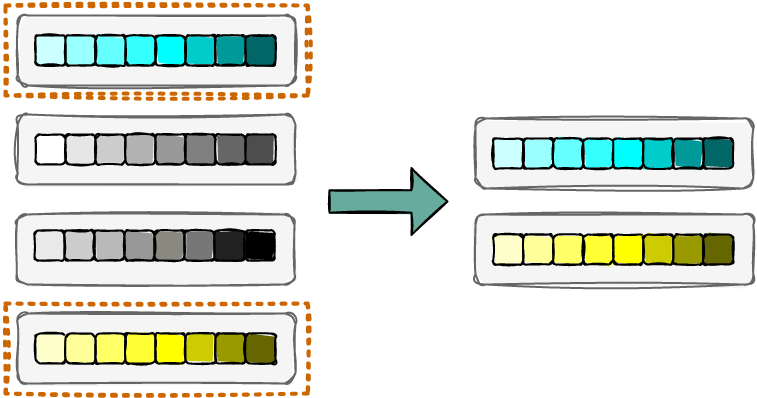
This is docs/images/selection.png from Helmholtz-AI-Energy/propulate, a draw.io export, as it was before one commit. Source tidied: cells renumbered, new cells last; positions are measured from the earlier drawing's top-left corner, leaving out a move shared by most shapes.
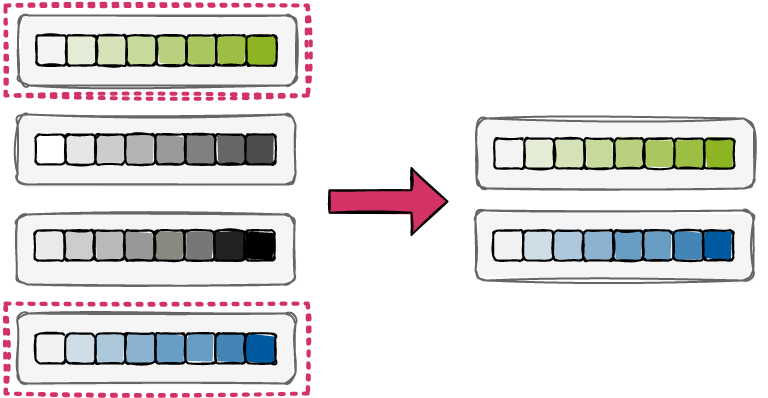
Later version of the same file.

What changed in the source:
```diff
@@ -5,37 +5,37 @@
     <mxCell id="2" style="group;" parent="1" vertex="1">
       <mxGeometry x="12.2" y="10" width="290" height="80" as="geometry" />
     </mxCell>
-    <mxCell id="3" style="rounded=0;whiteSpace=wrap;html=1;strokeColor=#CC6600;fillColor=none;sketch=1;curveFitting=1;jiggle=2;strokeWidth=4;dashed=1;dashPattern=1 2;" parent="2" vertex="1">
+    <mxCell id="3" style="rounded=0;whiteSpace=wrap;html=1;strokeColor=#D23264;fillColor=none;sketch=1;curveFitting=1;jiggle=2;strokeWidth=4;dashed=1;dashPattern=1 2;" parent="2" vertex="1">
       <mxGeometry x="-12.2" y="-10" width="302.2" height="90" as="geometry" />
     </mxCell>
-    <mxCell id="4" style="group;" parent="2" vertex="1">
-      <mxGeometry width="277.8" height="70" as="geometry" />
+    <mxCell id="4" style="group;opacity=80;" parent="2" vertex="1">
+      <mxGeometry x="1" width="277.8" height="70" as="geometry" />
     </mxCell>
     <mxCell id="5" style="rounded=1;whiteSpace=wrap;html=1;fillColor=#f5f5f5;fontColor=#333333;strokeColor=#666666;sketch=1;curveFitting=1;jiggle=2;fillStyle=solid;fontSize=18;strokeWidth=2;" parent="4" vertex="1">
       <mxGeometry width="277.8" height="70" as="geometry" />
     </mxCell>
-    <mxCell id="6" style="whiteSpace=wrap;html=1;rounded=1;labelBackgroundColor=none;sketch=1;fillStyle=solid;strokeWidth=2;fontSize=18;fontColor=#FFFFFF;fillColor=#CCFFFF;" parent="4" vertex="1">
+    <mxCell id="6" style="whiteSpace=wrap;html=1;rounded=1;labelBackgroundColor=none;sketch=1;fillStyle=solid;strokeWidth=2;fontSize=18;fontColor=#FFFFFF;fillColor=#f4f3f2;" parent="4" vertex="1">
       <mxGeometry x="17.8" y="20" width="30" height="30" as="geometry" />
     </mxCell>
-    <mxCell id="7" style="whiteSpace=wrap;html=1;rounded=1;labelBackgroundColor=none;sketch=1;fillStyle=solid;strokeWidth=2;fontSize=18;fontColor=#FFFFFF;fillColor=#99FFFF;" parent="4" vertex="1">
+    <mxCell id="7" style="whiteSpace=wrap;html=1;rounded=1;labelBackgroundColor=none;sketch=1;fillStyle=solid;strokeWidth=2;fontSize=18;fontColor=#FFFFFF;fillColor=#e5ecd6;" parent="4" vertex="1">
       <mxGeometry x="47.8" y="20" width="30" height="30" as="geometry" />
     </mxCell>
-    <mxCell id="8" style="whiteSpace=wrap;html=1;rounded=1;labelBackgroundColor=none;sketch=1;fillStyle=solid;strokeWidth=2;fontSize=18;fontColor=#FFFFFF;fillColor=#66FFFF;" parent="4" vertex="1">
+    <mxCell id="8" style="whiteSpace=wrap;html=1;rounded=1;labelBackgroundColor=none;sketch=1;fillStyle=solid;strokeWidth=2;fontSize=18;fontColor=#FFFFFF;fillColor=#d6e2b8;" parent="4" vertex="1">
       <mxGeometry x="77.8" y="20" width="30" height="30" as="geometry" />
     </mxCell>
-    <mxCell id="9" style="whiteSpace=wrap;html=1;rounded=1;labelBackgroundColor=none;sketch=1;fillStyle=solid;strokeWidth=2;fontSize=18;fontColor=#FFFFFF;fillColor=#33FFFF;" parent="4" vertex="1">
+    <mxCell id="9" style="whiteSpace=wrap;html=1;rounded=1;labelBackgroundColor=none;sketch=1;fillStyle=solid;strokeWidth=2;fontSize=18;fontColor=#FFFFFF;fillColor=#c7da9b;" parent="4" vertex="1">
       <mxGeometry x="107.8" y="20" width="30" height="30" as="geometry" />
     </mxCell>
-    <mxCell id="10" style="whiteSpace=wrap;html=1;rounded=1;labelBackgroundColor=none;sketch=1;fillStyle=solid;strokeWidth=2;fontSize=18;fontColor=#FFFFFF;fillColor=#00FFFF;" parent="4" vertex="1">
+    <mxCell id="10" style="whiteSpace=wrap;html=1;rounded=1;labelBackgroundColor=none;sketch=1;fillStyle=solid;strokeWidth=2;fontSize=18;fontColor=#FFFFFF;fillColor=#b9d07e;" parent="4" vertex="1">
       <mxGeometry x="137.8" y="20" width="30" height="30" as="geometry" />
     </mxCell>
-    <mxCell id="11" style="whiteSpace=wrap;html=1;rounded=1;labelBackgroundColor=none;sketch=1;fillStyle=solid;strokeWidth=2;fontSize=18;fontColor=#FFFFFF;fillColor=#00CCCC;" parent="4" vertex="1">
+    <mxCell id="11" style="whiteSpace=wrap;html=1;rounded=1;labelBackgroundColor=none;sketch=1;fillStyle=solid;strokeWidth=2;fontSize=18;fontColor=#FFFFFF;fillColor=#a9c65f;" parent="4" vertex="1">
       <mxGeometry x="167.8" y="20" width="30" height="30" as="geometry" />
     </mxCell>
-    <mxCell id="12" style="whiteSpace=wrap;html=1;rounded=1;labelBackgroundColor=none;sketch=1;fillStyle=solid;strokeWidth=2;fontSize=18;fontColor=#FFFFFF;fillColor=#009999;" parent="4" vertex="1">
+    <mxCell id="12" style="whiteSpace=wrap;html=1;rounded=1;labelBackgroundColor=none;sketch=1;fillStyle=solid;strokeWidth=2;fontSize=18;fontColor=#FFFFFF;fillColor=#9bbe43;" parent="4" vertex="1">
       <mxGeometry x="197.8" y="20" width="30" height="30" as="geometry" />
     </mxCell>
-    <mxCell id="13" style="whiteSpace=wrap;html=1;rounded=1;labelBackgroundColor=none;sketch=1;fillStyle=solid;strokeWidth=2;fontSize=18;fontColor=#FFFFFF;fillColor=#006666;" parent="4" vertex="1">
+    <mxCell id="13" style="whiteSpace=wrap;html=1;rounded=1;labelBackgroundColor=none;sketch=1;fillStyle=solid;strokeWidth=2;fontSize=18;fontColor=#FFFFFF;fillColor=#8CB423;" parent="4" vertex="1">
       <mxGeometry x="227.8" y="20" width="30" height="30" as="geometry" />
     </mxCell>
     <mxCell id="14" style="group;" parent="1" vertex="1">
@@ -101,7 +101,7 @@
     <mxCell id="34" style="group;" parent="1" vertex="1">
       <mxGeometry y="298" width="302.2" height="90" as="geometry" />
     </mxCell>
-    <mxCell id="35" style="rounded=0;whiteSpace=wrap;html=1;strokeColor=#CC6600;fillColor=none;sketch=1;curveFitting=1;jiggle=2;strokeWidth=4;dashed=1;dashPattern=1 2;" parent="34" vertex="1">
+    <mxCell id="35" style="rounded=0;whiteSpace=wrap;html=1;strokeColor=#D23264;fillColor=none;sketch=1;curveFitting=1;jiggle=2;strokeWidth=4;dashed=1;dashPattern=1 2;" parent="34" vertex="1">
       <mxGeometry width="302.2" height="90" as="geometry" />
     </mxCell>
     <mxCell id="36" style="group;" parent="34" vertex="1">
@@ -110,95 +110,101 @@
     <mxCell id="37" style="rounded=1;whiteSpace=wrap;html=1;fillColor=#f5f5f5;fontColor=#333333;strokeColor=#666666;sketch=1;curveFitting=1;jiggle=2;fillStyle=solid;fontSize=18;strokeWidth=2;" parent="36" vertex="1">
       <mxGeometry width="277.8" height="70" as="geometry" />
     </mxCell>
-    <mxCell id="38" style="whiteSpace=wrap;html=1;rounded=1;labelBackgroundColor=none;sketch=1;fillStyle=solid;strokeWidth=2;fontSize=18;fontColor=#FFFFFF;fillColor=#FFFFCC;" parent="36" vertex="1">
+    <mxCell id="38" style="whiteSpace=wrap;html=1;rounded=1;labelBackgroundColor=none;sketch=1;fillStyle=solid;strokeWidth=2;fontSize=18;fontColor=#FFFFFF;fillColor=#f1f3f3;" parent="36" vertex="1">
       <mxGeometry x="17.8" y="20" width="30" height="30" as="geometry" />
     </mxCell>
-    <mxCell id="39" style="whiteSpace=wrap;html=1;rounded=1;labelBackgroundColor=none;sketch=1;fillStyle=solid;strokeWidth=2;fontSize=18;fontColor=#FFFFFF;fillColor=#FFFF99;" parent="36" vertex="1">
+    <mxCell id="39" style="whiteSpace=wrap;html=1;rounded=1;labelBackgroundColor=none;sketch=1;fillStyle=solid;strokeWidth=2;fontSize=18;fontColor=#FFFFFF;fillColor=#cfdde7;" parent="36" vertex="1">
       <mxGeometry x="47.8" y="20" width="30" height="30" as="geometry" />
     </mxCell>
-    <mxCell id="40" style="whiteSpace=wrap;html=1;rounded=1;labelBackgroundColor=none;sketch=1;fillStyle=solid;strokeWidth=2;fontSize=18;fontColor=#FFFFFF;fillColor=#FFFF66;" parent="36" vertex="1">
+    <mxCell id="40" style="whiteSpace=wrap;html=1;rounded=1;labelBackgroundColor=none;sketch=1;fillStyle=solid;strokeWidth=2;fontSize=18;fontColor=#FFFFFF;fillColor=#adc8db;" parent="36" vertex="1">
       <mxGeometry x="77.8" y="20" width="30" height="30" as="geometry" />
     </mxCell>
-    <mxCell id="41" style="whiteSpace=wrap;html=1;rounded=1;labelBackgroundColor=none;sketch=1;fillStyle=solid;strokeWidth=2;fontSize=18;fontColor=#FFFFFF;fillColor=#FFFF33;" parent="36" vertex="1">
+    <mxCell id="41" value="&lt;p style=&quot;line-height: 40%;&quot;&gt;&lt;br&gt;&lt;/p&gt;" style="whiteSpace=wrap;html=1;rounded=1;labelBackgroundColor=none;sketch=1;fillStyle=solid;strokeWidth=2;fontSize=18;fontColor=#FFFFFF;fillColor=#8bb3d0;" parent="36" vertex="1">
       <mxGeometry x="107.8" y="20" width="30" height="30" as="geometry" />
     </mxCell>
-    <mxCell id="42" style="whiteSpace=wrap;html=1;rounded=1;labelBackgroundColor=none;sketch=1;fillStyle=solid;strokeWidth=2;fontSize=18;fontColor=#FFFFFF;fillColor=#FFFF00;" parent="36" vertex="1">
+    <mxCell id="42" style="whiteSpace=wrap;html=1;rounded=1;labelBackgroundColor=none;sketch=1;fillStyle=solid;strokeWidth=2;fontSize=18;fontColor=#FFFFFF;fillColor=#699dc4;" parent="36" vertex="1">
       <mxGeometry x="137.8" y="20" width="30" height="30" as="geometry" />
     </mxCell>
-    <mxCell id="43" style="whiteSpace=wrap;html=1;rounded=1;labelBackgroundColor=none;sketch=1;fillStyle=solid;strokeWidth=2;fontSize=18;fontColor=#FFFFFF;fillColor=#CCCC00;" parent="36" vertex="1">
+    <mxCell id="43" style="whiteSpace=wrap;html=1;rounded=1;labelBackgroundColor=none;sketch=1;fillStyle=solid;strokeWidth=2;fontSize=18;fontColor=#FFFFFF;fillColor=#689dc3;" parent="36" vertex="1">
       <mxGeometry x="167.8" y="20" width="30" height="30" as="geometry" />
     </mxCell>
-    <mxCell id="44" style="whiteSpace=wrap;html=1;rounded=1;labelBackgroundColor=none;sketch=1;fillStyle=solid;strokeWidth=2;fontSize=18;fontColor=#FFFFFF;fillColor=#999900;" parent="36" vertex="1">
+    <mxCell id="44" style="whiteSpace=wrap;html=1;rounded=1;labelBackgroundColor=none;sketch=1;fillStyle=solid;strokeWidth=2;fontSize=18;fontColor=#FFFFFF;fillColor=#4385b6;" parent="36" vertex="1">
       <mxGeometry x="197.8" y="20" width="30" height="30" as="geometry" />
     </mxCell>
-    <mxCell id="45" style="whiteSpace=wrap;html=1;rounded=1;labelBackgroundColor=none;sketch=1;fillStyle=solid;strokeWidth=2;fontSize=18;fontColor=#FFFFFF;fillColor=#666600;" parent="36" vertex="1">
+    <mxCell id="45" style="whiteSpace=wrap;html=1;rounded=1;labelBackgroundColor=none;sketch=1;fillStyle=solid;strokeWidth=2;fontSize=18;fontColor=#FFFFFF;fillColor=#005AA0;" parent="36" vertex="1">
       <mxGeometry x="227.8" y="20" width="30" height="30" as="geometry" />
     </mxCell>
-    <mxCell id="46" style="group;" parent="1" vertex="1">
-      <mxGeometry x="470" y="209" width="277.8" height="70" as="geometry" />
-    </mxCell>
-    <mxCell id="47" style="rounded=1;whiteSpace=wrap;html=1;fillColor=#f5f5f5;fontColor=#333333;strokeColor=#666666;sketch=1;curveFitting=1;jiggle=2;fillStyle=solid;fontSize=18;strokeWidth=2;" parent="46" vertex="1">
-      <mxGeometry width="277.8" height="70" as="geometry" />
-    </mxCell>
-    <mxCell id="48" style="whiteSpace=wrap;html=1;rounded=1;labelBackgroundColor=none;sketch=1;fillStyle=solid;strokeWidth=2;fontSize=18;fontColor=#FFFFFF;fillColor=#FFFFCC;" parent="46" vertex="1">
-      <mxGeometry x="17.8" y="20" width="30" height="30" as="geometry" />
-    </mxCell>
-    <mxCell id="49" style="whiteSpace=wrap;html=1;rounded=1;labelBackgroundColor=none;sketch=1;fillStyle=solid;strokeWidth=2;fontSize=18;fontColor=#FFFFFF;fillColor=#FFFF99;" parent="46" vertex="1">
-      <mxGeometry x="47.8" y="20" width="30" height="30" as="geometry" />
-    </mxCell>
-    <mxCell id="50" style="whiteSpace=wrap;html=1;rounded=1;labelBackgroundColor=none;sketch=1;fillStyle=solid;strokeWidth=2;fontSize=18;fontColor=#FFFFFF;fillColor=#FFFF66;" parent="46" vertex="1">
-      <mxGeometry x="77.8" y="20" width="30" height="30" as="geometry" />
-    </mxCell>
-    <mxCell id="51" style="whiteSpace=wrap;html=1;rounded=1;labelBackgroundColor=none;sketch=1;fillStyle=solid;strokeWidth=2;fontSize=18;fontColor=#FFFFFF;fillColor=#FFFF33;" parent="46" vertex="1">
-      <mxGeometry x="107.8" y="20" width="30" height="30" as="geometry" />
-    </mxCell>
-    <mxCell id="52" style="whiteSpace=wrap;html=1;rounded=1;labelBackgroundColor=none;sketch=1;fillStyle=solid;strokeWidth=2;fontSize=18;fontColor=#FFFFFF;fillColor=#FFFF00;" parent="46" vertex="1">
-      <mxGeometry x="137.8" y="20" width="30" height="30" as="geometry" />
-    </mxCell>
-    <mxCell id="53" style="whiteSpace=wrap;html=1;rounded=1;labelBackgroundColor=none;sketch=1;fillStyle=solid;strokeWidth=2;fontSize=18;fontColor=#FFFFFF;fillColor=#CCCC00;" parent="46" vertex="1">
-      <mxGeometry x="167.8" y="20" width="30" height="30" as="geometry" />
-    </mxCell>
-    <mxCell id="54" style="whiteSpace=wrap;html=1;rounded=1;labelBackgroundColor=none;sketch=1;fillStyle=solid;strokeWidth=2;fontSize=18;fontColor=#FFFFFF;fillColor=#999900;" parent="46" vertex="1">
-      <mxGeometry x="197.8" y="20" width="30" height="30" as="geometry" />
-    </mxCell>
-    <mxCell id="55" style="whiteSpace=wrap;html=1;rounded=1;labelBackgroundColor=none;sketch=1;fillStyle=solid;strokeWidth=2;fontSize=18;fontColor=#FFFFFF;fillColor=#666600;" parent="46" vertex="1">
-      <mxGeometry x="227.8" y="20" width="30" height="30" as="geometry" />
-    </mxCell>
-    <mxCell id="56" style="group;" parent="1" vertex="1">
-      <mxGeometry x="470" y="113" width="277.8" height="70" as="geometry" />
-    </mxCell>
-    <mxCell id="57" style="rounded=1;whiteSpace=wrap;html=1;fillColor=#f5f5f5;fontColor=#333333;strokeColor=#666666;sketch=1;curveFitting=1;jiggle=2;fillStyle=solid;fontSize=18;strokeWidth=2;" parent="56" vertex="1">
-      <mxGeometry width="277.8" height="70" as="geometry" />
-    </mxCell>
-    <mxCell id="58" style="whiteSpace=wrap;html=1;rounded=1;labelBackgroundColor=none;sketch=1;fillStyle=solid;strokeWidth=2;fontSize=18;fontColor=#FFFFFF;fillColor=#CCFFFF;" parent="56" vertex="1">
-      <mxGeometry x="17.8" y="20" width="30" height="30" as="geometry" />
-    </mxCell>
-    <mxCell id="59" style="whiteSpace=wrap;html=1;rounded=1;labelBackgroundColor=none;sketch=1;fillStyle=solid;strokeWidth=2;fontSize=18;fontColor=#FFFFFF;fillColor=#99FFFF;" parent="56" vertex="1">
-      <mxGeometry x="47.8" y="20" width="30" height="30" as="geometry" />
-    </mxCell>
-    <mxCell id="60" style="whiteSpace=wrap;html=1;rounded=1;labelBackgroundColor=none;sketch=1;fillStyle=solid;strokeWidth=2;fontSize=18;fontColor=#FFFFFF;fillColor=#66FFFF;" parent="56" vertex="1">
-      <mxGeometry x="77.8" y="20" width="30" height="30" as="geometry" />
-    </mxCell>
-    <mxCell id="61" style="whiteSpace=wrap;html=1;rounded=1;labelBackgroundColor=none;sketch=1;fillStyle=solid;strokeWidth=2;fontSize=18;fontColor=#FFFFFF;fillColor=#33FFFF;" parent="56" vertex="1">
-      <mxGeometry x="107.8" y="20" width="30" height="30" as="geometry" />
-    </mxCell>
-    <mxCell id="62" style="whiteSpace=wrap;html=1;rounded=1;labelBackgroundColor=none;sketch=1;fillStyle=solid;strokeWidth=2;fontSize=18;fontColor=#FFFFFF;fillColor=#00FFFF;" parent="56" vertex="1">
-      <mxGeometry x="137.8" y="20" width="30" height="30" as="geometry" />
-    </mxCell>
-    <mxCell id="63" style="whiteSpace=wrap;html=1;rounded=1;labelBackgroundColor=none;sketch=1;fillStyle=solid;strokeWidth=2;fontSize=18;fontColor=#FFFFFF;fillColor=#00CCCC;" parent="56" vertex="1">
-      <mxGeometry x="167.8" y="20" width="30" height="30" as="geometry" />
-    </mxCell>
-    <mxCell id="64" style="whiteSpace=wrap;html=1;rounded=1;labelBackgroundColor=none;sketch=1;fillStyle=solid;strokeWidth=2;fontSize=18;fontColor=#FFFFFF;fillColor=#009999;" parent="56" vertex="1">
-      <mxGeometry x="197.8" y="20" width="30" height="30" as="geometry" />
-    </mxCell>
-    <mxCell id="65" style="whiteSpace=wrap;html=1;rounded=1;labelBackgroundColor=none;sketch=1;fillStyle=solid;strokeWidth=2;fontSize=18;fontColor=#FFFFFF;fillColor=#006666;" parent="56" vertex="1">
-      <mxGeometry x="227.8" y="20" width="30" height="30" as="geometry" />
-    </mxCell>
-    <mxCell id="66" style="endArrow=classic;html=1;rounded=1;sketch=1;fillStyle=solid;strokeColor=#000000;strokeWidth=2;fontSize=18;fontColor=#000000;fillColor=#67AB9F;jumpStyle=arc;shape=flexArrow;width=21.379310344827587;endSize=11.358620689655172;startSize=9;endWidth=42.568370986920335;" parent="1" edge="1">
+    <mxCell id="66" style="endArrow=classic;html=1;rounded=1;sketch=1;fillStyle=solid;strokeColor=#000000;strokeWidth=2;fontSize=18;fontColor=#000000;fillColor=#D23264;jumpStyle=arc;shape=flexArrow;width=21.379310344827587;endSize=11.358620689655172;startSize=9;endWidth=42.568370986920335;" parent="1" edge="1">
       <mxGeometry relative="1" as="geometry">
         <mxPoint x="323" y="196" as="sourcePoint" />
         <mxPoint x="443" y="196" as="targetPoint" />
       </mxGeometry>
     </mxCell>
+    <mxCell id="67" style="group;" parent="1" vertex="1">
+      <mxGeometry x="470" y="205" width="277.8" height="70" as="geometry" />
+    </mxCell>
+    <mxCell id="68" style="rounded=1;whiteSpace=wrap;html=1;fillColor=#f5f5f5;fontColor=#333333;strokeColor=#666666;sketch=1;curveFitting=1;jiggle=2;fillStyle=solid;fontSize=18;strokeWidth=2;" parent="67" vertex="1">
+      <mxGeometry width="277.8" height="70" as="geometry" />
+    </mxCell>
+    <mxCell id="69" style="whiteSpace=wrap;html=1;rounded=1;labelBackgroundColor=none;sketch=1;fillStyle=solid;strokeWidth=2;fontSize=18;fontColor=#FFFFFF;fillColor=#f1f3f3;" parent="67" vertex="1">
+      <mxGeometry x="17.8" y="20" width="30" height="30" as="geometry" />
+    </mxCell>
+    <mxCell id="70" style="whiteSpace=wrap;html=1;rounded=1;labelBackgroundColor=none;sketch=1;fillStyle=solid;strokeWidth=2;fontSize=18;fontColor=#FFFFFF;fillColor=#cfdde7;" parent="67" vertex="1">
+      <mxGeometry x="47.8" y="20" width="30" height="30" as="geometry" />
+    </mxCell>
+    <mxCell id="71" style="whiteSpace=wrap;html=1;rounded=1;labelBackgroundColor=none;sketch=1;fillStyle=solid;strokeWidth=2;fontSize=18;fontColor=#FFFFFF;fillColor=#adc8db;" parent="67" vertex="1">
+      <mxGeometry x="77.8" y="20" width="30" height="30" as="geometry" />
+    </mxCell>
+    <mxCell id="72" value="&lt;p style=&quot;line-height: 40%;&quot;&gt;&lt;br&gt;&lt;/p&gt;" style="whiteSpace=wrap;html=1;rounded=1;labelBackgroundColor=none;sketch=1;fillStyle=solid;strokeWidth=2;fontSize=18;fontColor=#FFFFFF;fillColor=#8bb3d0;" parent="67" vertex="1">
+      <mxGeometry x="107.8" y="20" width="30" height="30" as="geometry" />
+    </mxCell>
+    <mxCell id="73" style="whiteSpace=wrap;html=1;rounded=1;labelBackgroundColor=none;sketch=1;fillStyle=solid;strokeWidth=2;fontSize=18;fontColor=#FFFFFF;fillColor=#699dc4;" parent="67" vertex="1">
+      <mxGeometry x="137.8" y="20" width="30" height="30" as="geometry" />
+    </mxCell>
+    <mxCell id="74" style="whiteSpace=wrap;html=1;rounded=1;labelBackgroundColor=none;sketch=1;fillStyle=solid;strokeWidth=2;fontSize=18;fontColor=#FFFFFF;fillColor=#689dc3;" parent="67" vertex="1">
+      <mxGeometry x="167.8" y="20" width="30" height="30" as="geometry" />
+    </mxCell>
+    <mxCell id="75" style="whiteSpace=wrap;html=1;rounded=1;labelBackgroundColor=none;sketch=1;fillStyle=solid;strokeWidth=2;fontSize=18;fontColor=#FFFFFF;fillColor=#4385b6;" parent="67" vertex="1">
+      <mxGeometry x="197.8" y="20" width="30" height="30" as="geometry" />
+    </mxCell>
+    <mxCell id="76" style="whiteSpace=wrap;html=1;rounded=1;labelBackgroundColor=none;sketch=1;fillStyle=solid;strokeWidth=2;fontSize=18;fontColor=#FFFFFF;fillColor=#005AA0;" parent="67" vertex="1">
+      <mxGeometry x="227.8" y="20" width="30" height="30" as="geometry" />
+    </mxCell>
+    <mxCell id="77" style="group;" parent="1" vertex="1">
+      <mxGeometry x="470" y="113" width="290" height="80" as="geometry" />
+    </mxCell>
+    <mxCell id="78" style="rounded=0;whiteSpace=wrap;html=1;strokeColor=none;fillColor=none;sketch=1;curveFitting=1;jiggle=2;strokeWidth=4;dashed=1;dashPattern=1 2;" parent="77" vertex="1">
+      <mxGeometry x="-12.2" y="-10" width="302.2" height="90" as="geometry" />
+    </mxCell>
+    <mxCell id="79" style="group;opacity=80;" parent="77" vertex="1">
+      <mxGeometry x="1" width="277.8" height="70" as="geometry" />
+    </mxCell>
+    <mxCell id="80" style="rounded=1;whiteSpace=wrap;html=1;fillColor=#f5f5f5;fontColor=#333333;strokeColor=#666666;sketch=1;curveFitting=1;jiggle=2;fillStyle=solid;fontSize=18;strokeWidth=2;" parent="79" vertex="1">
+      <mxGeometry width="277.8" height="70" as="geometry" />
+    </mxCell>
+    <mxCell id="81" style="whiteSpace=wrap;html=1;rounded=1;labelBackgroundColor=none;sketch=1;fillStyle=solid;strokeWidth=2;fontSize=18;fontColor=#FFFFFF;fillColor=#f4f3f2;" parent="79" vertex="1">
+      <mxGeometry x="17.8" y="20" width="30" height="30" as="geometry" />
+    </mxCell>
+    <mxCell id="82" style="whiteSpace=wrap;html=1;rounded=1;labelBackgroundColor=none;sketch=1;fillStyle=solid;strokeWidth=2;fontSize=18;fontColor=#FFFFFF;fillColor=#e5ecd6;" parent="79" vertex="1">
+      <mxGeometry x="47.8" y="20" width="30" height="30" as="geometry" />
+    </mxCell>
+    <mxCell id="83" style="whiteSpace=wrap;html=1;rounded=1;labelBackgroundColor=none;sketch=1;fillStyle=solid;strokeWidth=2;fontSize=18;fontColor=#FFFFFF;fillColor=#d6e2b8;" parent="79" vertex="1">
+      <mxGeometry x="77.8" y="20" width="30" height="30" as="geometry" />
+    </mxCell>
+    <mxCell id="84" style="whiteSpace=wrap;html=1;rounded=1;labelBackgroundColor=none;sketch=1;fillStyle=solid;strokeWidth=2;fontSize=18;fontColor=#FFFFFF;fillColor=#c7da9b;" parent="79" vertex="1">
+      <mxGeometry x="107.8" y="20" width="30" height="30" as="geometry" />
+    </mxCell>
+    <mxCell id="85" style="whiteSpace=wrap;html=1;rounded=1;labelBackgroundColor=none;sketch=1;fillStyle=solid;strokeWidth=2;fontSize=18;fontColor=#FFFFFF;fillColor=#b9d07e;" parent="79" vertex="1">
+      <mxGeometry x="137.8" y="20" width="30" height="30" as="geometry" />
+    </mxCell>
+    <mxCell id="86" style="whiteSpace=wrap;html=1;rounded=1;labelBackgroundColor=none;sketch=1;fillStyle=solid;strokeWidth=2;fontSize=18;fontColor=#FFFFFF;fillColor=#a9c65f;" parent="79" vertex="1">
+      <mxGeometry x="167.8" y="20" width="30" height="30" as="geometry" />
+    </mxCell>
+    <mxCell id="87" style="whiteSpace=wrap;html=1;rounded=1;labelBackgroundColor=none;sketch=1;fillStyle=solid;strokeWidth=2;fontSize=18;fontColor=#FFFFFF;fillColor=#9bbe43;" parent="79" vertex="1">
+      <mxGeometry x="197.8" y="20" width="30" height="30" as="geometry" />
+    </mxCell>
+    <mxCell id="88" style="whiteSpace=wrap;html=1;rounded=1;labelBackgroundColor=none;sketch=1;fillStyle=solid;strokeWidth=2;fontSize=18;fontColor=#FFFFFF;fillColor=#8CB423;" parent="79" vertex="1">
+      <mxGeometry x="227.8" y="20" width="30" height="30" as="geometry" />
+    </mxCell>
   </root>
 </mxGraphModel>
```
